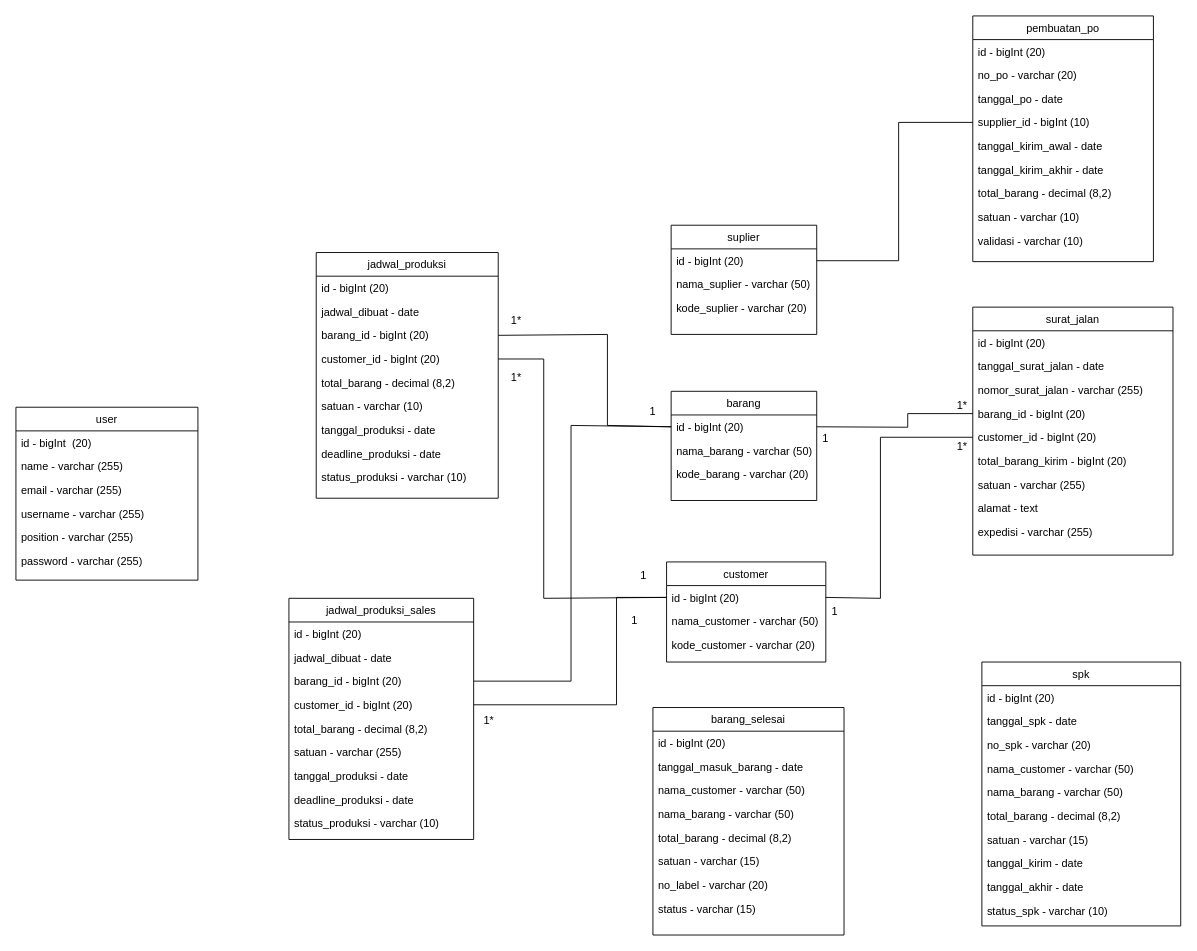
Earlier version of the draw.io diagram Diagram Tanpa Judul.drawio (danangsptro/SI_SKRIPSI-3). Source tidied: cells renumbered, new cells numbered last; positions are measured from the earlier drawing's top-left corner, leaving out a move shared by most shapes. Both pictures are drawn from the tidied source at 91%, with x=0, y=0 at pixel (15, 15).
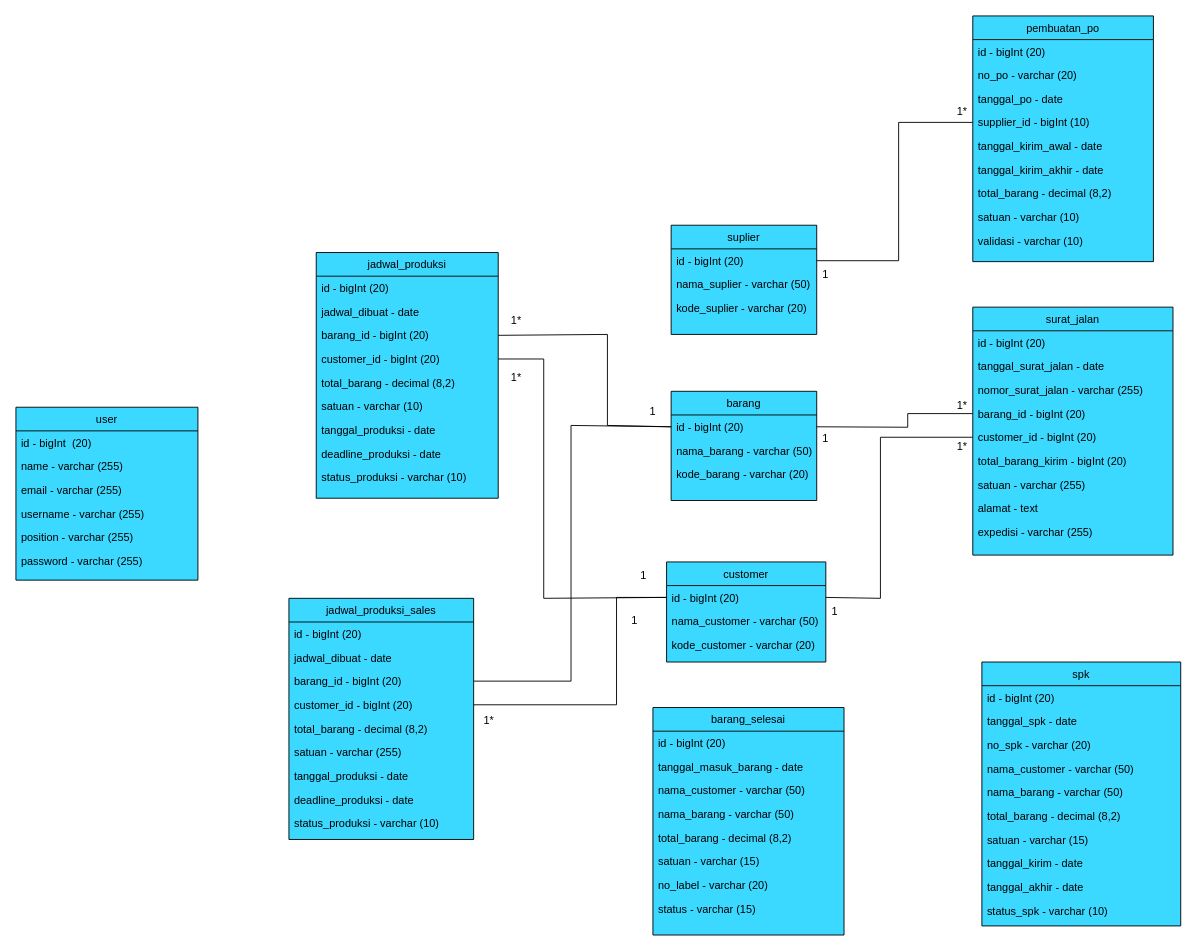
The same page after the edit.

The edit, as a diff of the source:
```diff
@@
-    <mxCell id="2" value="surat_jalan" style="swimlane;fontStyle=0;align=center;verticalAlign=top;horizontal=1;startSize=26;rounded=0;shadow=0;strokeWidth=1;" parent="1" vertex="1">
+    <mxCell id="2" value="surat_jalan" style="swimlane;fontStyle=0;align=center;verticalAlign=top;horizontal=1;startSize=26;rounded=0;shadow=0;strokeWidth=1;fillColor=#3BD8FF;swimlaneFillColor=#3BD8FF;" parent="1" vertex="1">
       <mxGeometry x="1051.5" y="320" width="220" height="272.5" as="geometry" />
     </mxCell>
@@
-    <mxCell id="12" value="barang_selesai" style="swimlane;fontStyle=0;align=center;verticalAlign=top;horizontal=1;startSize=26;rounded=0;shadow=0;strokeWidth=1;" parent="1" vertex="1">
+    <mxCell id="12" value="barang_selesai" style="swimlane;fontStyle=0;align=center;verticalAlign=top;horizontal=1;startSize=26;rounded=0;shadow=0;strokeWidth=1;fillColor=#3BD8FF;swimlaneFillColor=#3BD8FF;" parent="1" vertex="1">
       <mxGeometry x="700" y="760" width="210" height="250" as="geometry" />
     </mxCell>
@@
-    <mxCell id="21" value="customer" style="swimlane;fontStyle=0;align=center;verticalAlign=top;horizontal=1;startSize=26;rounded=0;shadow=0;strokeWidth=1;" parent="1" vertex="1">
+    <mxCell id="21" value="customer" style="swimlane;fontStyle=0;align=center;verticalAlign=top;horizontal=1;startSize=26;rounded=0;shadow=0;strokeWidth=1;fillColor=#3BD8FF;swimlaneFillColor=#3BD8FF;" parent="1" vertex="1">
       <mxGeometry x="715" y="600" width="175" height="110" as="geometry" />
     </mxCell>
@@
-    <mxCell id="25" value="barang" style="swimlane;fontStyle=0;align=center;verticalAlign=top;horizontal=1;startSize=26;rounded=0;shadow=0;strokeWidth=1;" parent="1" vertex="1">
+    <mxCell id="25" value="barang" style="swimlane;fontStyle=0;align=center;verticalAlign=top;horizontal=1;startSize=26;rounded=0;shadow=0;strokeWidth=1;fillColor=#3BD8FF;swimlaneFillColor=#3BD8FF;" parent="1" vertex="1">
       <mxGeometry x="720" y="412.5" width="160" height="120" as="geometry" />
     </mxCell>
@@
-    <mxCell id="29" value="spk" style="swimlane;fontStyle=0;align=center;verticalAlign=top;horizontal=1;startSize=26;rounded=0;shadow=0;strokeWidth=1;" parent="1" vertex="1">
+    <mxCell id="29" value="spk" style="swimlane;fontStyle=0;align=center;verticalAlign=top;horizontal=1;startSize=26;rounded=0;shadow=0;strokeWidth=1;fillColor=#3BD8FF;swimlaneFillColor=#3BD8FF;" parent="1" vertex="1">
       <mxGeometry x="1061.5" y="710" width="218.5" height="290" as="geometry" />
     </mxCell>
@@
-    <mxCell id="40" value="user" style="swimlane;fontStyle=0;align=center;verticalAlign=top;horizontal=1;startSize=26;rounded=0;shadow=0;strokeWidth=1;" parent="1" vertex="1">
+    <mxCell id="40" value="user" style="swimlane;fontStyle=0;align=center;verticalAlign=top;horizontal=1;startSize=26;rounded=0;shadow=0;strokeWidth=1;swimlaneFillColor=#3BD8FF;fillColor=#3BD8FF;" parent="1" vertex="1">
       <mxGeometry y="430" width="200" height="190" as="geometry" />
     </mxCell>
@@
-    <mxCell id="47" value="jadwal_produksi" style="swimlane;fontStyle=0;align=center;verticalAlign=top;horizontal=1;startSize=26;rounded=0;shadow=0;strokeWidth=1;" parent="1" vertex="1">
+    <mxCell id="47" value="jadwal_produksi" style="swimlane;fontStyle=0;align=center;verticalAlign=top;horizontal=1;startSize=26;rounded=0;shadow=0;strokeWidth=1;fillColor=#3BD8FF;swimlaneFillColor=#3BD8FF;" parent="1" vertex="1">
       <mxGeometry x="330" y="260" width="200" height="270" as="geometry" />
     </mxCell>
@@
-    <mxCell id="57" value="jadwal_produksi_sales" style="swimlane;fontStyle=0;align=center;verticalAlign=top;horizontal=1;startSize=26;rounded=0;shadow=0;strokeWidth=1;" parent="1" vertex="1">
+    <mxCell id="57" value="jadwal_produksi_sales" style="swimlane;fontStyle=0;align=center;verticalAlign=top;horizontal=1;startSize=26;rounded=0;shadow=0;strokeWidth=1;fillColor=#3BD8FF;swimlaneFillColor=#3BD8FF;" parent="1" vertex="1">
       <mxGeometry x="300" y="640" width="203" height="265" as="geometry" />
     </mxCell>
@@
-    <mxCell id="83" value="suplier" style="swimlane;fontStyle=0;align=center;verticalAlign=top;horizontal=1;startSize=26;rounded=0;shadow=0;strokeWidth=1;" parent="1" vertex="1">
+    <mxCell id="83" value="suplier" style="swimlane;fontStyle=0;align=center;verticalAlign=top;horizontal=1;startSize=26;rounded=0;shadow=0;strokeWidth=1;fillColor=#3BD8FF;swimlaneFillColor=#3BD8FF;" parent="1" vertex="1">
       <mxGeometry x="720" y="230" width="160" height="120" as="geometry" />
     </mxCell>
@@
-    <mxCell id="87" value="pembuatan_po" style="swimlane;fontStyle=0;align=center;verticalAlign=top;horizontal=1;startSize=26;rounded=0;shadow=0;strokeWidth=1;" parent="1" vertex="1">
+    <mxCell id="87" value="pembuatan_po" style="swimlane;fontStyle=0;align=center;verticalAlign=top;horizontal=1;startSize=26;rounded=0;shadow=0;strokeWidth=1;fillColor=#3BD8FF;swimlaneFillColor=#3BD8FF;" parent="1" vertex="1">
       <mxGeometry x="1051.5" width="198.5" height="270" as="geometry" />
     </mxCell>
@@
+    <mxCell id="98" value="1" style="text;html=1;strokeColor=none;fillColor=none;align=center;verticalAlign=middle;whiteSpace=wrap;rounded=0;" parent="1" vertex="1">
+      <mxGeometry x="860" y="270" width="60" height="30" as="geometry" />
+    </mxCell>
+    <mxCell id="99" value="1*" style="text;html=1;strokeColor=none;fillColor=none;align=center;verticalAlign=middle;whiteSpace=wrap;rounded=0;" parent="1" vertex="1">
+      <mxGeometry x="1010" y="90" width="60" height="30" as="geometry" />
+    </mxCell>
```
